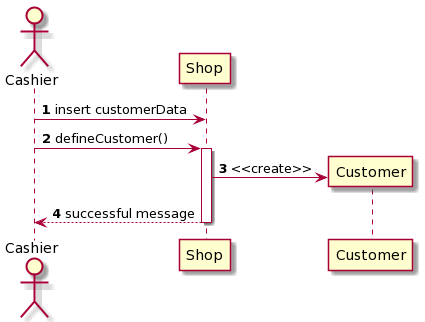
Above: Deliverables/Diagrams/Design/4-1-CreateNewCustomer.png in giuliadascenzi/ezshop_SEproject (PlantUML), before the change.
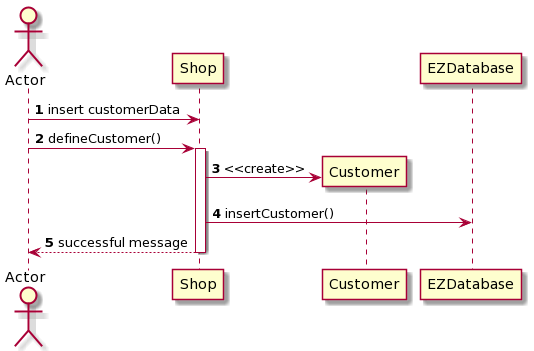
Above is the later version.

What changed in the source:
```diff
@@ -1,8 +1,9 @@
 @startuml
 autonumber
-actor Cashier
-Cashier -> Shop: insert customerData
-Cashier -> Shop ++ : defineCustomer()
+actor Actor
+Actor -> Shop: insert customerData
+Actor -> Shop ++ : defineCustomer()
 Shop -> Customer ** : <<create>>
-Shop --> Cashier -- : successful message
+Shop-> EZDatabase: insertCustomer()
+Shop --> Actor -- : successful message
 @enduml
```
